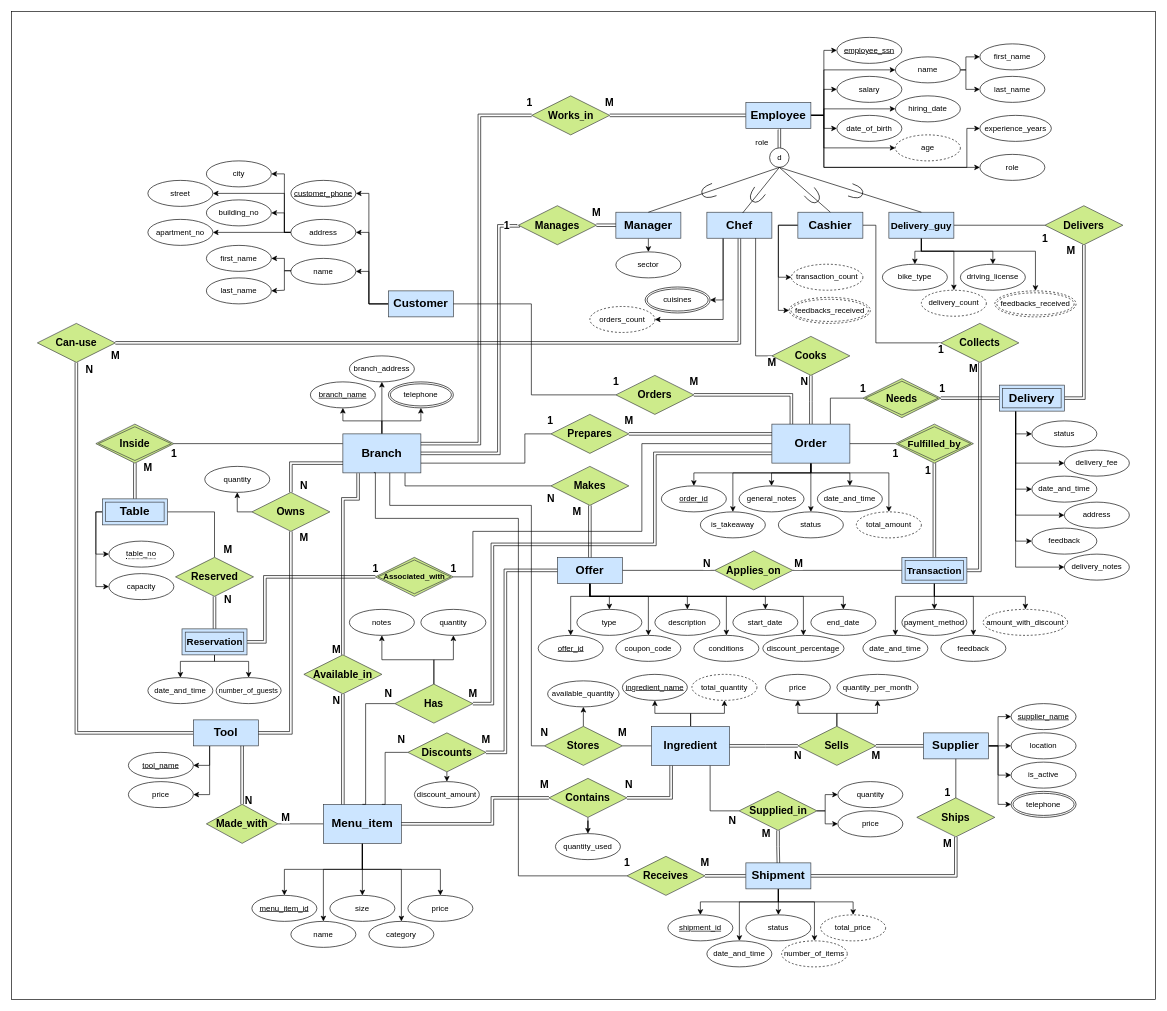
Before: diagrams/EER_diagram.drawio in Deadreyo/Restaurant-Franchise-SQL-Database, a draw.io diagram. Source tidied: cells renumbered, new cells numbered last; positions are measured from the earlier drawing's top-left corner, leaving out a move shared by most shapes. Both pictures are drawn from the tidied source at 65%, with x=0, y=0 at pixel (11, 11).
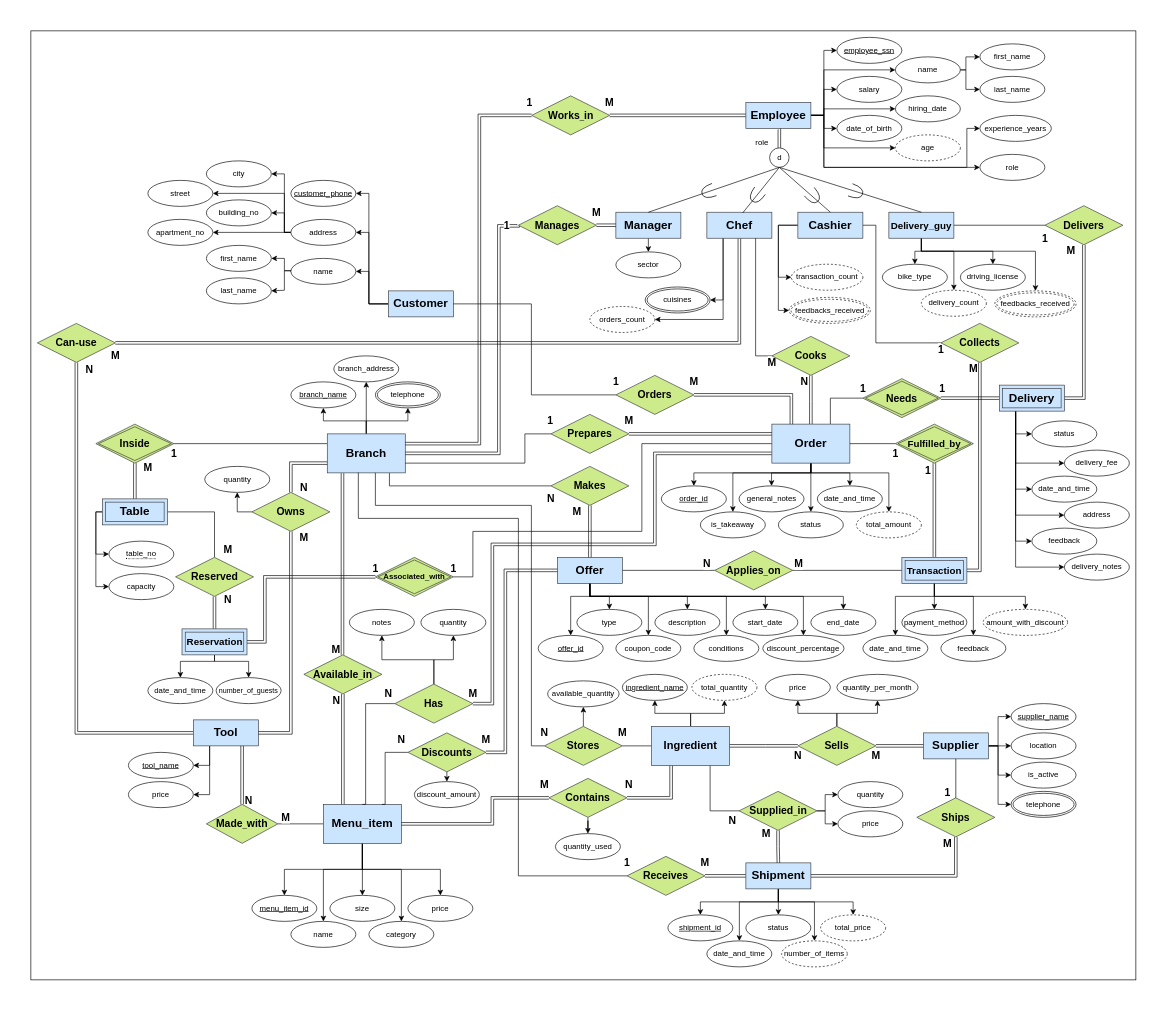
After the change.

The change refers to these unchanged cells:
```xml
<mxCell id="188" value="Available&lt;span style=&quot;font-size: 12px; font-weight: 400;&quot;&gt;_&lt;/span&gt;in" style="shape=rhombus;perimeter=rhombusPerimeter;whiteSpace=wrap;html=1;align=center;fontStyle=1;fontSize=16;fillColor=#cdeb8b;strokeColor=#36393d;" parent="1" vertex="1">
  <mxGeometry x="450" y="990" width="120" height="60" as="geometry" />
</mxCell>
<mxCell id="190" value="Stores" style="shape=rhombus;perimeter=rhombusPerimeter;whiteSpace=wrap;html=1;align=center;fontStyle=1;fontSize=16;fillColor=#cdeb8b;strokeColor=#36393d;" parent="1" vertex="1">
  <mxGeometry x="820" y="1100" width="120" height="60" as="geometry" />
</mxCell>
<mxCell id="192" value="Receives" style="shape=rhombus;perimeter=rhombusPerimeter;whiteSpace=wrap;html=1;align=center;fontStyle=1;fontSize=16;fillColor=#cdeb8b;strokeColor=#36393d;" parent="1" vertex="1">
  <mxGeometry x="947" y="1300" width="120" height="60" as="geometry" />
</mxCell>
<mxCell id="204" value="Makes" style="shape=rhombus;perimeter=rhombusPerimeter;whiteSpace=wrap;html=1;align=center;fontStyle=1;fontSize=16;fillColor=#cdeb8b;strokeColor=#36393d;" parent="1" vertex="1">
  <mxGeometry x="830" y="700" width="120" height="60" as="geometry" />
</mxCell>
```

Diff of the diagram source:
```diff
@@
-    <mxCell id="2" style="rounded=0;whiteSpace=wrap;html=1;" parent="1" vertex="1">
-      <mxGeometry width="1760" height="1520" as="geometry" />
-    </mxCell>
+    <mxCell id="287" style="rounded=0;whiteSpace=wrap;html=1;" parent="1" vertex="1">
+      <mxGeometry x="30" y="30" width="1700" height="1460" as="geometry" />
+    </mxCell>
@@
     <mxCell id="120" style="edgeStyle=orthogonalEdgeStyle;rounded=0;jettySize=auto;html=1;exitX=0.5;exitY=0;exitDx=0;exitDy=0;entryX=0.5;entryY=1;entryDx=0;entryDy=0;fontStyle=0;" parent="1" edge="1" source="125" target="126">
       <mxGeometry relative="1" as="geometry">
         <Array as="points">
-          <mxPoint x="570" y="630" />
-          <mxPoint x="510" y="630" />
+          <mxPoint x="546" y="630" />
+          <mxPoint x="480" y="630" />
         </Array>
       </mxGeometry>
     </mxCell>
     <mxCell id="121" style="edgeStyle=orthogonalEdgeStyle;rounded=0;jettySize=auto;html=1;fontStyle=0;entryX=0.5;entryY=1;entryDx=0;entryDy=0;" parent="1" edge="1" source="125" target="127">
-      <mxGeometry relative="1" as="geometry" />
+      <mxGeometry relative="1" as="geometry">
+        <Array as="points">
+          <mxPoint x="546" y="570" />
+        </Array>
+      </mxGeometry>
     </mxCell>
     <mxCell id="122" style="edgeStyle=orthogonalEdgeStyle;rounded=0;jettySize=auto;html=1;exitX=0.5;exitY=0;exitDx=0;exitDy=0;fontStyle=0;entryX=0.5;entryY=1;entryDx=0;entryDy=0;" parent="1" edge="1" source="125" target="263">
       <mxGeometry relative="1" as="geometry">
         <Array as="points">
-          <mxPoint x="570" y="630" />
-          <mxPoint x="630" y="630" />
+          <mxPoint x="546" y="630" />
+          <mxPoint x="610" y="630" />
         </Array>
       </mxGeometry>
     </mxCell>
@@
     <mxCell id="124" value="N" style="edgeStyle=orthogonalEdgeStyle;rounded=0;jettySize=auto;html=1;exitX=0.601;exitY=0.991;exitDx=0;exitDy=0;endArrow=none;endFill=0;entryX=0;entryY=0.5;entryDx=0;entryDy=0;exitPerimeter=0;fontStyle=1;fontSize=16;" parent="1" edge="1" source="125" target="190">
       <mxGeometry x="1" y="20" relative="1" as="geometry">
         <Array as="points">
-          <mxPoint x="582" y="760" />
+          <mxPoint x="560" y="710" />
+          <mxPoint x="560" y="760" />
           <mxPoint x="800" y="760" />
           <mxPoint x="800" y="1130" />
         </Array>
       </mxGeometry>
     </mxCell>
     <mxCell id="125" value="&lt;font style=&quot;font-size: 18px;&quot;&gt;Branch&lt;/font&gt;" style="whiteSpace=wrap;html=1;fontStyle=1;fontSize=18;fillColor=#cce5ff;strokeColor=#36393d;" parent="1" vertex="1">
-      <mxGeometry x="510" y="650" width="120" height="60" as="geometry" />
+      <mxGeometry x="486" y="650" width="120" height="60" as="geometry" />
     </mxCell>
     <mxCell id="126" value="branch_name" style="ellipse;whiteSpace=wrap;html=1;fontStyle=4;" parent="1" vertex="1">
-      <mxGeometry x="460" y="570" width="100" height="40" as="geometry" />
+      <mxGeometry x="430" y="570" width="100" height="40" as="geometry" />
     </mxCell>
     <mxCell id="127" value="&lt;span&gt;branch_&lt;/span&gt;&lt;span style=&quot;background-color: initial;&quot;&gt;address&lt;/span&gt;" style="ellipse;whiteSpace=wrap;html=1;fontStyle=0;" parent="1" vertex="1">
-      <mxGeometry x="520" y="530" width="100" height="40" as="geometry" />
+      <mxGeometry x="496" y="530" width="100" height="40" as="geometry" />
     </mxCell>
@@
     <mxCell id="184" value="M" style="edgeStyle=orthogonalEdgeStyle;rounded=0;jettySize=auto;html=1;shape=link;fontSize=16;fontStyle=1;entryX=0.195;entryY=1.009;entryDx=0;entryDy=0;entryPerimeter=0;exitX=0.5;exitY=0;exitDx=0;exitDy=0;" parent="1" edge="1" source="188" target="125">
       <mxGeometry x="-0.94" y="10" relative="1" as="geometry">
         <Array as="points">
-          <mxPoint x="510" y="750" />
-          <mxPoint x="533" y="750" />
-          <mxPoint x="533" y="711" />
+          <mxPoint x="510" y="710" />
         </Array>
       </mxGeometry>
     </mxCell>
@@
     <mxCell id="191" value="1" style="edgeStyle=orthogonalEdgeStyle;rounded=0;jettySize=auto;html=1;exitX=0.398;exitY=0.993;exitDx=0;exitDy=0;endArrow=none;endFill=0;entryX=0;entryY=0.5;entryDx=0;entryDy=0;exitPerimeter=0;fontStyle=1;fontSize=16;" parent="1" edge="1" source="125" target="192">
       <mxGeometry x="1" y="20" relative="1" as="geometry">
         <Array as="points">
-          <mxPoint x="560" y="710" />
-          <mxPoint x="560" y="780" />
+          <mxPoint x="534" y="780" />
           <mxPoint x="780" y="780" />
           <mxPoint x="780" y="1330" />
         </Array>
       </mxGeometry>
     </mxCell>
@@
     <mxCell id="202" value="N" style="edgeStyle=orthogonalEdgeStyle;rounded=0;jettySize=auto;html=1;endArrow=none;endFill=0;entryX=0;entryY=0.5;entryDx=0;entryDy=0;exitX=0.797;exitY=1.006;exitDx=0;exitDy=0;exitPerimeter=0;fontStyle=1;fontSize=16;" parent="1" edge="1" source="125" target="204">
       <mxGeometry x="1" y="-20" relative="1" as="geometry">
         <Array as="points">
-          <mxPoint x="606" y="730" />
+          <mxPoint x="582" y="730" />
         </Array>
       </mxGeometry>
     </mxCell>
@@
     <mxCell id="263" value="telephone" style="ellipse;shape=doubleEllipse;margin=3;whiteSpace=wrap;html=1;align=center;" parent="1" vertex="1">
-      <mxGeometry x="580" y="570" width="100" height="40" as="geometry" />
+      <mxGeometry x="560" y="570" width="100" height="40" as="geometry" />
     </mxCell>
```
